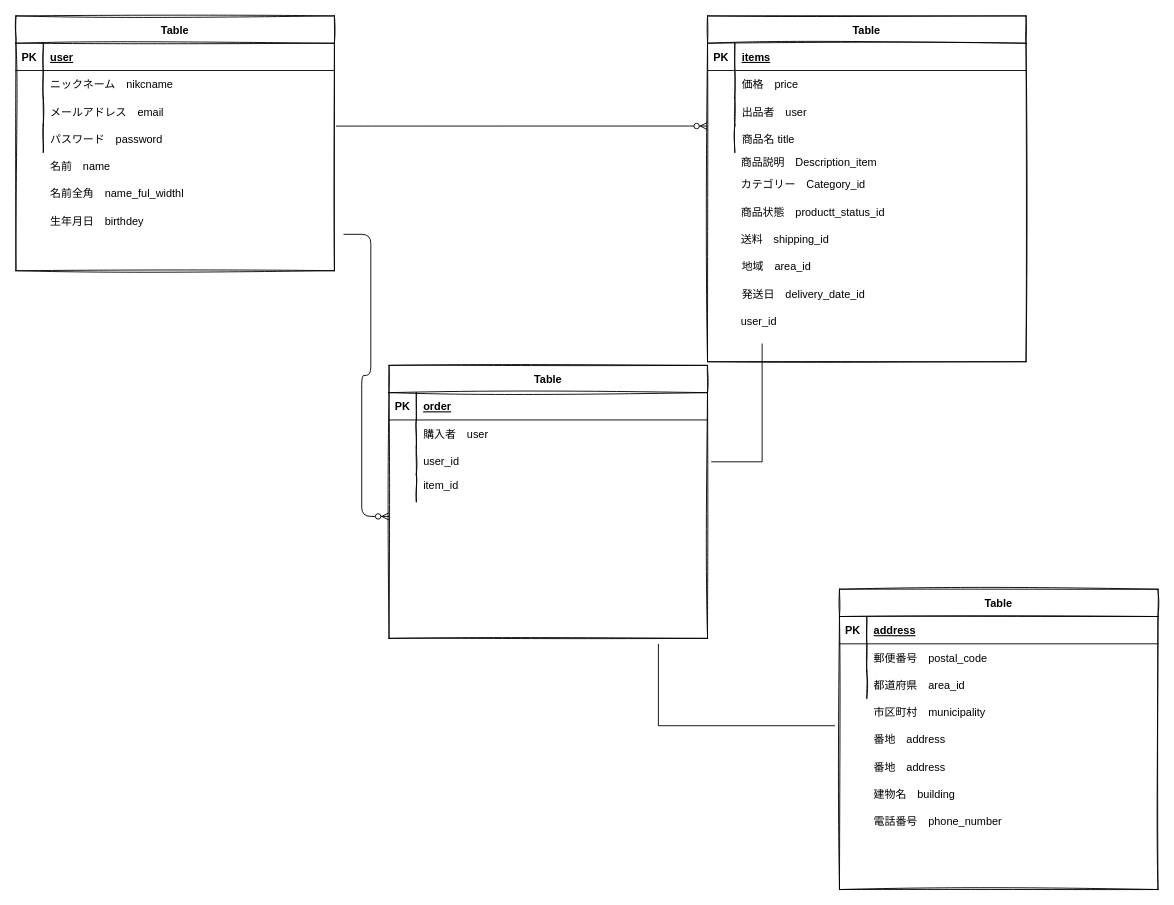
Earlier version of the draw.io diagram E R.dio (ryota-akamatsu/furima-33952). Source tidied: cells renumbered, new cells numbered last; positions are measured from the earlier drawing's top-left corner, leaving out a move shared by most shapes. Both pictures are drawn from the tidied source at 91%, with x=0, y=0 at pixel (15, 15).
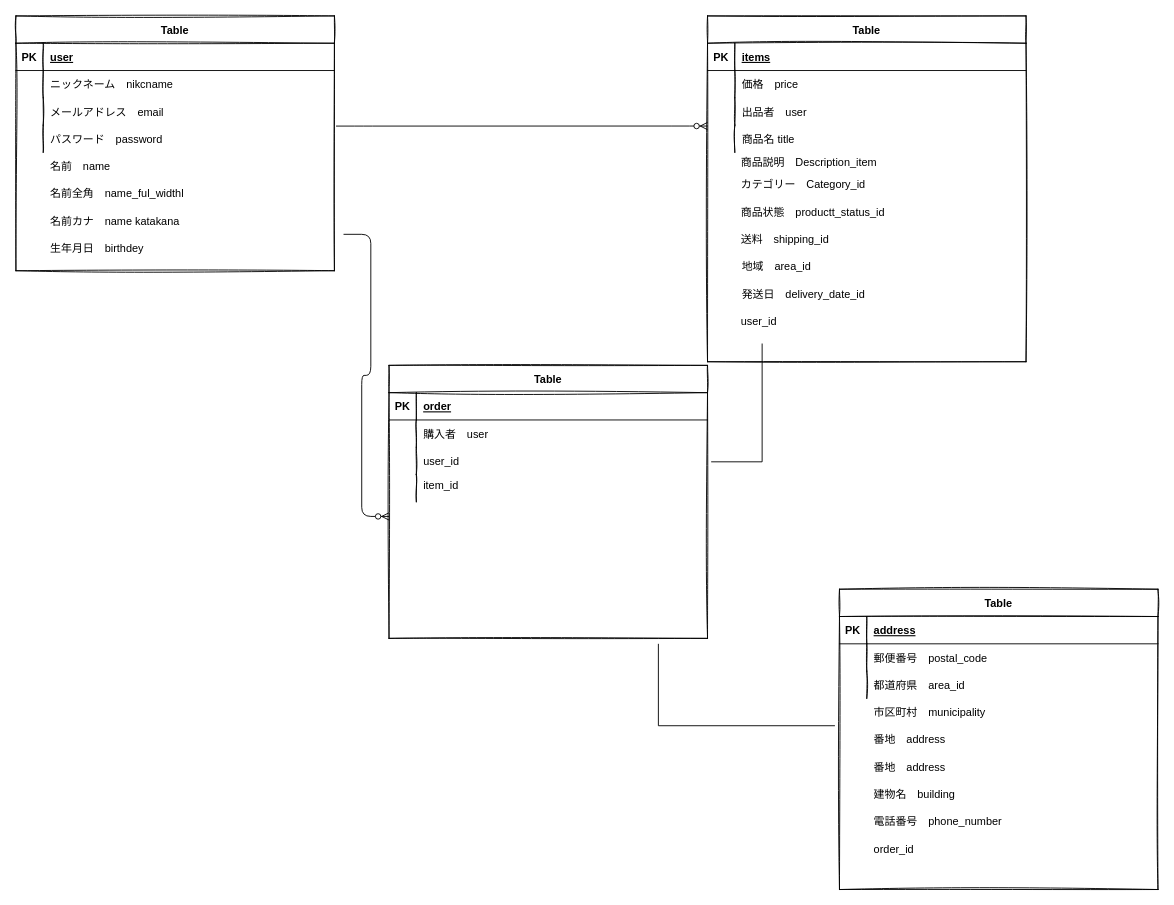
The same diagram, later.

Change to the diagram source:
```diff
@@
     <mxCell id="17" value="生年月日　birthdey" style="shape=partialRectangle;fillColor=none;top=0;left=0;bottom=0;right=0;align=left;spacingLeft=6;overflow=hidden;" parent="1" vertex="1">
-      <mxGeometry x="30" y="210" width="320" height="30" as="geometry" />
+      <mxGeometry x="30" y="240" width="320" height="30" as="geometry" />
     </mxCell>
@@
+    <mxCell id="72" value="名前カナ　name katakana" style="shape=partialRectangle;fillColor=none;top=0;left=0;bottom=0;right=0;align=left;spacingLeft=6;overflow=hidden;" parent="1" vertex="1">
+      <mxGeometry x="30" y="210" width="320" height="30" as="geometry" />
+    </mxCell>
+    <mxCell id="73" value="order_id" style="shape=partialRectangle;fillColor=none;top=0;left=0;bottom=0;right=0;align=left;spacingLeft=6;overflow=hidden;" parent="1" vertex="1">
+      <mxGeometry x="935" y="900" width="320" height="30" as="geometry" />
+    </mxCell>
```
